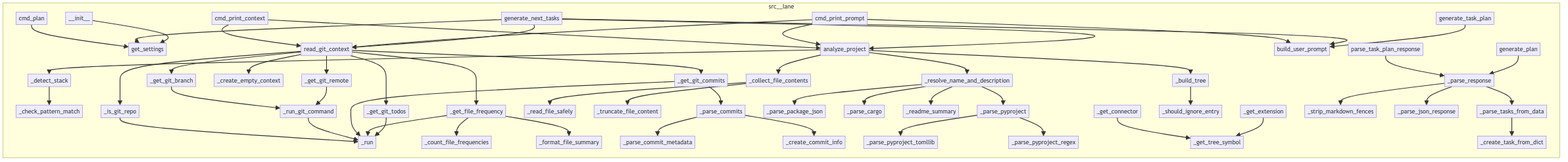
Above: project/calls.png in semcod/nxdo (Mermaid), before the change. Its source is kept beside it as project/calls.mmd.
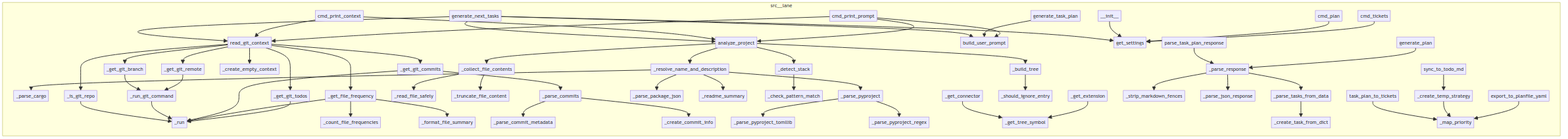
Above is the later version.

Change to the diagram source:
```diff
@@ -1,53 +1,59 @@
 flowchart LR
     subgraph src__lane
-        src__lane__project_analyzer___check_pattern_match["_check_pattern_match"]
-        src__lane__project_analyzer___detect_stack["_detect_stack"]
-        src__lane__config__get_settings["get_settings"]
-        src__lane__project_analyzer___read_file_safely["_read_file_safely"]
-        src__lane__git_reader___count_file_frequencies["_count_file_frequencies"]
-        src__lane__cli__cmd_plan["cmd_plan"]
-        src__lane__git_reader___get_git_branch["_get_git_branch"]
-        src__lane__project_analyzer___get_tree_symbol["_get_tree_symbol"]
+        src__lane__llm_client__build_user_prompt["build_user_prompt"]
+        src__lane__project_analyzer___parse_pyproject_tomllib["_parse_pyproject_tomllib"]
         src__lane__git_reader___is_git_repo["_is_git_repo"]
-        src__lane__git_reader___get_git_commits["_get_git_commits"]
-        src__lane__project_analyzer___truncate_file_content["_truncate_file_content"]
-        src__lane__git_reader___run_git_command["_run_git_command"]
         src__lane__project_analyzer___build_tree["_build_tree"]
         src__lane__project_analyzer__analyze_project["analyze_project"]
-        src__lane__project_analyzer___parse_pyproject_tomllib["_parse_pyproject_tomllib"]
+        src__lane__git_reader___run["_run"]
+        src__lane__git_reader___get_git_commits["_get_git_commits"]
+        src__lane__ticket_generator__export_to_planfile_yaml["export_to_planfile_yaml"]
+        src__lane__providers__openai_compat__OpenAICompatProvider__generate_plan["generate_plan"]
+        src__lane__project_analyzer___get_tree_symbol["_get_tree_symbol"]
+        src__lane__providers__openai_compat__OpenAICompatProvider____init__["__init__"]
+        src__lane__project_analyzer___detect_stack["_detect_stack"]
+        src__lane__providers__openai_compat___strip_markdown_fences["_strip_markdown_fences"]
+        src__lane__ticket_generator__task_plan_to_tickets["task_plan_to_tickets"]
+        src__lane__cli__cmd_print_context["cmd_print_context"]
+        src__lane__cli__cmd_plan["cmd_plan"]
+        src__lane__planner__generate_next_tasks["generate_next_tasks"]
+        src__lane__git_reader___get_git_todos["_get_git_todos"]
+        src__lane__ticket_generator__sync_to_todo_md["sync_to_todo_md"]
+        src__lane__project_analyzer___readme_summary["_readme_summary"]
+        src__lane__config__get_settings["get_settings"]
+        src__lane__git_reader___get_file_frequency["_get_file_frequency"]
+        src__lane__project_analyzer___parse_pyproject["_parse_pyproject"]
+        src__lane__providers__openai_compat___create_task_from_dict["_create_task_from_dict"]
+        src__lane__providers__openai_compat___parse_response["_parse_response"]
+        src__lane__project_analyzer___read_file_safely["_read_file_safely"]
+        src__lane__project_analyzer___parse_cargo["_parse_cargo"]
+        src__lane__project_analyzer___check_pattern_match["_check_pattern_match"]
+        src__lane__ticket_generator___map_priority["_map_priority"]
+        src__lane__project_analyzer___truncate_file_content["_truncate_file_content"]
+        src__lane__project_analyzer___resolve_name_and_description["_resolve_name_and_description"]
+        src__lane__project_analyzer___collect_file_contents["_collect_file_contents"]
+        src__lane__git_reader___format_file_summary["_format_file_summary"]
+        src__lane__git_reader___parse_commits["_parse_commits"]
+        src__lane__project_analyzer___should_ignore_entry["_should_ignore_entry"]
+        src__lane__git_reader___get_git_remote["_get_git_remote"]
+        src__lane__project_analyzer___get_extension["_get_extension"]
+        src__lane__git_reader___create_commit_info["_create_commit_info"]
+        src__lane__cli__cmd_print_prompt["cmd_print_prompt"]
+        src__lane__project_analyzer___parse_package_json["_parse_package_json"]
+        src__lane__cli__cmd_tickets["cmd_tickets"]
+        src__lane__git_reader___run_git_command["_run_git_command"]
+        src__lane__git_reader___count_file_frequencies["_count_file_frequencies"]
+        src__lane__providers__openai_compat___parse_json_response["_parse_json_response"]
+        src__lane__llm_client__OpenAICompatibleLLMClient__generate_task_plan["generate_task_plan"]
+        src__lane__llm_client__parse_task_plan_response["parse_task_plan_response"]
         src__lane__git_reader___create_empty_context["_create_empty_context"]
-        src__lane__planner__generate_next_tasks["generate_next_tasks"]
         src__lane__project_analyzer___get_connector["_get_connector"]
-        src__lane__git_reader___get_git_remote["_get_git_remote"]
-        src__lane__project_analyzer___resolve_name_and_description["_resolve_name_and_description"]
-        src__lane__cli__cmd_print_context["cmd_print_context"]
-        src__lane__llm_client__OpenAICompatibleLLMClient__generate_task_plan["generate_task_plan"]
-        src__lane__providers__openai_compat___parse_response["_parse_response"]
-        src__lane__project_analyzer___readme_summary["_readme_summary"]
-        src__lane__providers__openai_compat__OpenAICompatProvider__generate_plan["generate_plan"]
-        src__lane__git_reader__read_git_context["read_git_context"]
-        src__lane__project_analyzer___parse_cargo["_parse_cargo"]
-        src__lane__project_analyzer___get_extension["_get_extension"]
-        src__lane__cli__cmd_print_prompt["cmd_print_prompt"]
-        src__lane__project_analyzer___parse_pyproject["_parse_pyproject"]
-        src__lane__git_reader___run["_run"]
-        src__lane__git_reader___get_git_todos["_get_git_todos"]
+        src__lane__git_reader___get_git_branch["_get_git_branch"]
         src__lane__git_reader___parse_commit_metadata["_parse_commit_metadata"]
         src__lane__project_analyzer___parse_pyproject_regex["_parse_pyproject_regex"]
-        src__lane__git_reader___parse_commits["_parse_commits"]
-        src__lane__project_analyzer___parse_package_json["_parse_package_json"]
-        src__lane__git_reader___get_file_frequency["_get_file_frequency"]
-        src__lane__project_analyzer___collect_file_contents["_collect_file_contents"]
-        src__lane__providers__openai_compat__OpenAICompatProvider____init__["__init__"]
-        src__lane__git_reader___create_commit_info["_create_commit_info"]
-        src__lane__providers__openai_compat___parse_json_response["_parse_json_response"]
-        src__lane__git_reader___format_file_summary["_format_file_summary"]
+        src__lane__ticket_generator___create_temp_strategy["_create_temp_strategy"]
+        src__lane__git_reader__read_git_context["read_git_context"]
         src__lane__providers__openai_compat___parse_tasks_from_data["_parse_tasks_from_data"]
-        src__lane__llm_client__parse_task_plan_response["parse_task_plan_response"]
-        src__lane__llm_client__build_user_prompt["build_user_prompt"]
-        src__lane__providers__openai_compat___create_task_from_dict["_create_task_from_dict"]
-        src__lane__project_analyzer___should_ignore_entry["_should_ignore_entry"]
-        src__lane__providers__openai_compat___strip_markdown_fences["_strip_markdown_fences"]
     end
     src__lane__cli__cmd_plan --> src__lane__config__get_settings
     src__lane__cli__cmd_print_context --> src__lane__project_analyzer__analyze_project
@@ -55,6 +61,7 @@
     src__lane__cli__cmd_print_prompt --> src__lane__project_analyzer__analyze_project
     src__lane__cli__cmd_print_prompt --> src__lane__git_reader__read_git_context
     src__lane__cli__cmd_print_prompt --> src__lane__llm_client__build_user_prompt
+    src__lane__cli__cmd_tickets --> src__lane__config__get_settings
     src__lane__git_reader___is_git_repo --> src__lane__git_reader___run
     src__lane__git_reader___run_git_command --> src__lane__git_reader___run
     src__lane__git_reader___get_git_branch --> src__lane__git_reader___run_git_command
@@ -80,6 +87,10 @@
     src__lane__planner__generate_next_tasks --> src__lane__config__get_settings
     src__lane__llm_client__parse_task_plan_response --> src__lane__providers__openai_compat___parse_response
     src__lane__llm_client__OpenAICompatibleLLMClient__generate_task_plan --> src__lane__llm_client__build_user_prompt
+    src__lane__ticket_generator__task_plan_to_tickets --> src__lane__ticket_generator___map_priority
+    src__lane__ticket_generator__sync_to_todo_md --> src__lane__ticket_generator___create_temp_strategy
+    src__lane__ticket_generator___create_temp_strategy --> src__lane__ticket_generator___map_priority
+    src__lane__ticket_generator__export_to_planfile_yaml --> src__lane__ticket_generator___map_priority
     src__lane__project_analyzer___collect_file_contents --> src__lane__project_analyzer___read_file_safely
     src__lane__project_analyzer___collect_file_contents --> src__lane__project_analyzer___truncate_file_content
     src__lane__project_analyzer___resolve_name_and_description --> src__lane__project_analyzer___parse_pyproject
```
